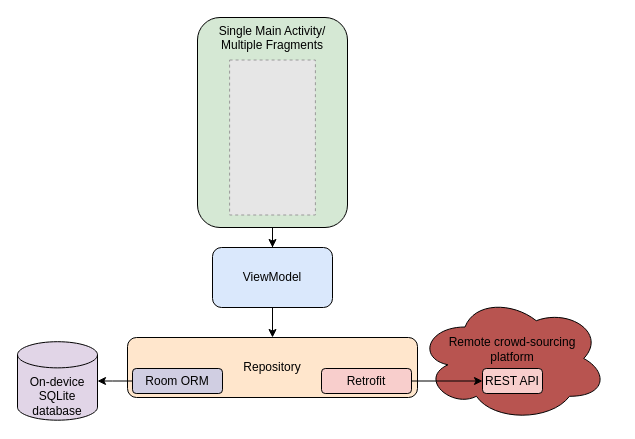
Before: app_architecture.drawio in msthoma/EnviroInfo2020_paper, a draw.io diagram. Source tidied: cells renumbered, new cells numbered last; positions are measured from the earlier drawing's top-left corner, leaving out a move shared by most shapes. Both pictures are drawn from the tidied source at 100%, with x=0, y=0 at pixel (17, 17). Pictures stored in the file or linked from it are replaced by grey dashed boxes.
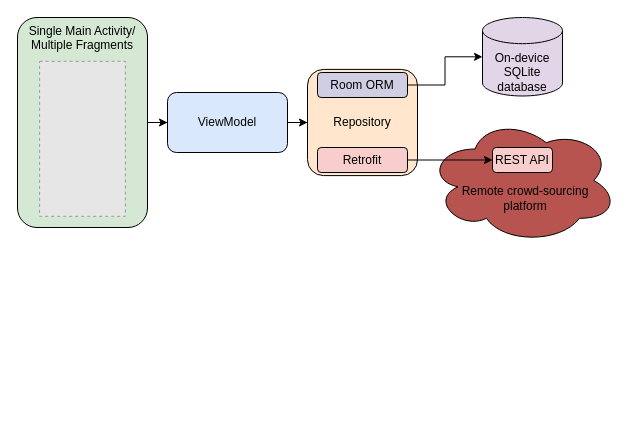
After the change.

Commit message:
convert to horizontal flow

What changed in the source:
```diff
@@
 <mxGraphModel>
   <root>
     <mxCell id="0" />
     <mxCell id="1" parent="0" />
-    <mxCell id="2" value="&lt;div&gt;Remote crowd-sourcing &lt;br&gt;&lt;/div&gt;&lt;div&gt;platform&lt;/div&gt;" style="ellipse;shape=cloud;whiteSpace=wrap;html=1;align=center;strokeWidth=1;verticalAlign=middle;spacingBottom=19;fillColor=#B85450;" parent="1" vertex="1">
-      <mxGeometry x="400" y="278" width="190" height="126" as="geometry" />
+    <mxCell id="2" value="&lt;div&gt;Remote crowd-sourcing &lt;br&gt;&lt;/div&gt;&lt;div&gt;platform&lt;/div&gt;" style="ellipse;shape=cloud;whiteSpace=wrap;html=1;align=center;strokeWidth=1;verticalAlign=middle;spacingBottom=0;fillColor=#B85450;spacingTop=35;spacingLeft=6;" parent="1" vertex="1">
+      <mxGeometry x="410" y="100" width="190" height="126" as="geometry" />
     </mxCell>
     <mxCell id="3" style="edgeStyle=orthogonalEdgeStyle;rounded=0;jettySize=auto;html=1;" parent="1" edge="1" source="7" target="5">
       <mxGeometry relative="1" as="geometry" />
     </mxCell>
-    <mxCell id="4" style="edgeStyle=orthogonalEdgeStyle;rounded=0;jettySize=auto;html=1;exitX=0.5;exitY=1;exitDx=0;exitDy=0;" parent="1" edge="1" source="5" target="9">
+    <mxCell id="4" style="edgeStyle=orthogonalEdgeStyle;rounded=0;jettySize=auto;html=1;" parent="1" edge="1" source="5" target="9">
       <mxGeometry relative="1" as="geometry" />
     </mxCell>
     <mxCell id="5" value="ViewModel" style="rounded=1;whiteSpace=wrap;html=1;fillColor=#dae8fc;" parent="1" vertex="1">
-      <mxGeometry x="195" y="230" width="120" height="60" as="geometry" />
+      <mxGeometry x="150" y="75" width="120" height="60" as="geometry" />
     </mxCell>
-    <mxCell id="6" style="group;" parent="1" vertex="1">
-      <mxGeometry x="180" width="150" height="210" as="geometry" />
-    </mxCell>
-    <mxCell id="7" value="&lt;div&gt;Single Main Activity/ Multiple Fragments&lt;/div&gt;" style="rounded=1;whiteSpace=wrap;html=1;spacingRight=0;labelBackgroundColor=none;fillColor=#d5e8d4;verticalAlign=top;" parent="6" vertex="1">
-      <mxGeometry width="150" height="210" as="geometry" />
-    </mxCell>
-    <mxCell id="8" style="fillColor=#E6E6E6;strokeColor=#999999;dashed=1;verticalLabelPosition=bottom;verticalAlign=top;labelBackgroundColor=none;" parent="6" vertex="1">
-      <mxGeometry x="32.1" y="42.5" width="85.8" height="155" as="geometry" />
-    </mxCell>
     <mxCell id="9" value="Repository" style="rounded=1;whiteSpace=wrap;html=1;verticalAlign=middle;fillColor=#ffe6cc;" parent="1" vertex="1">
-      <mxGeometry x="110" y="320" width="290" height="60" as="geometry" />
+      <mxGeometry x="290" y="51.9" width="110" height="106.2" as="geometry" />
     </mxCell>
     <mxCell id="10" value="&lt;div&gt;On-device&lt;br&gt;&lt;/div&gt;&lt;div&gt;SQLite database&lt;br&gt;&lt;/div&gt;" style="strokeWidth=1;html=1;shape=mxgraph.flowchart.database;whiteSpace=wrap;verticalAlign=bottom;fillColor=#e1d5e7;" parent="1" vertex="1">
-      <mxGeometry y="324.2" width="80" height="78.5" as="geometry" />
+      <mxGeometry x="465" width="80" height="78.5" as="geometry" />
     </mxCell>
     <mxCell id="11" style="edgeStyle=orthogonalEdgeStyle;rounded=0;jettySize=auto;html=1;" parent="1" edge="1" source="12" target="10">
       <mxGeometry relative="1" as="geometry" />
     </mxCell>
     <mxCell id="12" value="Room ORM" style="rounded=1;whiteSpace=wrap;html=1;fillColor=#d0cee2;" parent="1" vertex="1">
-      <mxGeometry x="115" y="351" width="90" height="25" as="geometry" />
+      <mxGeometry x="300" y="55" width="90" height="25" as="geometry" />
     </mxCell>
     <mxCell id="13" style="edgeStyle=orthogonalEdgeStyle;rounded=0;jettySize=auto;html=1;entryX=0;entryY=0.5;entryDx=0;entryDy=0;" parent="1" edge="1" source="14" target="15">
       <mxGeometry relative="1" as="geometry" />
     </mxCell>
     <mxCell id="14" value="Retrofit" style="rounded=1;whiteSpace=wrap;html=1;fillColor=#f8cecc;" parent="1" vertex="1">
-      <mxGeometry x="304" y="351" width="90" height="25" as="geometry" />
+      <mxGeometry x="300" y="130" width="90" height="25" as="geometry" />
     </mxCell>
     <mxCell id="15" value="REST API" style="rounded=1;whiteSpace=wrap;html=1;fillColor=#f8cecc;align=center;spacing=2;spacingTop=0;" parent="1" vertex="1">
-      <mxGeometry x="465" y="351" width="60" height="25" as="geometry" />
+      <mxGeometry x="475" y="130" width="60" height="25" as="geometry" />
     </mxCell>
+    <mxCell id="16" style="group;" parent="1" vertex="1">
+      <mxGeometry width="130" height="210" as="geometry" />
+    </mxCell>
+    <mxCell id="7" value="&lt;div&gt;Single Main Activity/ Multiple Fragments&lt;/div&gt;" style="rounded=1;whiteSpace=wrap;html=1;spacingRight=0;labelBackgroundColor=none;fillColor=#d5e8d4;verticalAlign=top;" parent="16" vertex="1">
+      <mxGeometry width="130" height="210" as="geometry" />
+    </mxCell>
+    <mxCell id="8" style="fillColor=#E6E6E6;strokeColor=#999999;dashed=1;verticalLabelPosition=bottom;verticalAlign=top;labelBackgroundColor=none;" parent="16" vertex="1">
+      <mxGeometry x="22.1" y="43.8" width="85.8" height="155" as="geometry" />
+    </mxCell>
   </root>
 </mxGraphModel>
```
